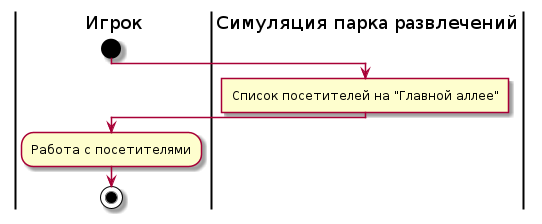
Earlier version of the PlantUML export description/images/view-valley-activity-diagram.png (mzhirko/amusement-park). Source of this version:
```plantuml
@startuml view-valley-activity-diagram
skinparam ConditionEndStyle hline
|Игрок|
start
|Симуляция парка развлечений|
:Список посетителей на "Главной аллее"]
|Игрок|
:Работа с посетителями;
stop
@enduml
```
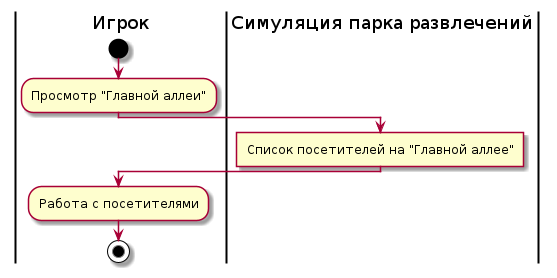
Above is the later version.

Change to the diagram source:
```diff
@@ -2,6 +2,7 @@
 skinparam ConditionEndStyle hline
 |Игрок|
 start
+:Просмотр "Главной аллеи";
 |Симуляция парка развлечений|
 :Список посетителей на "Главной аллее"]
 |Игрок|
```
